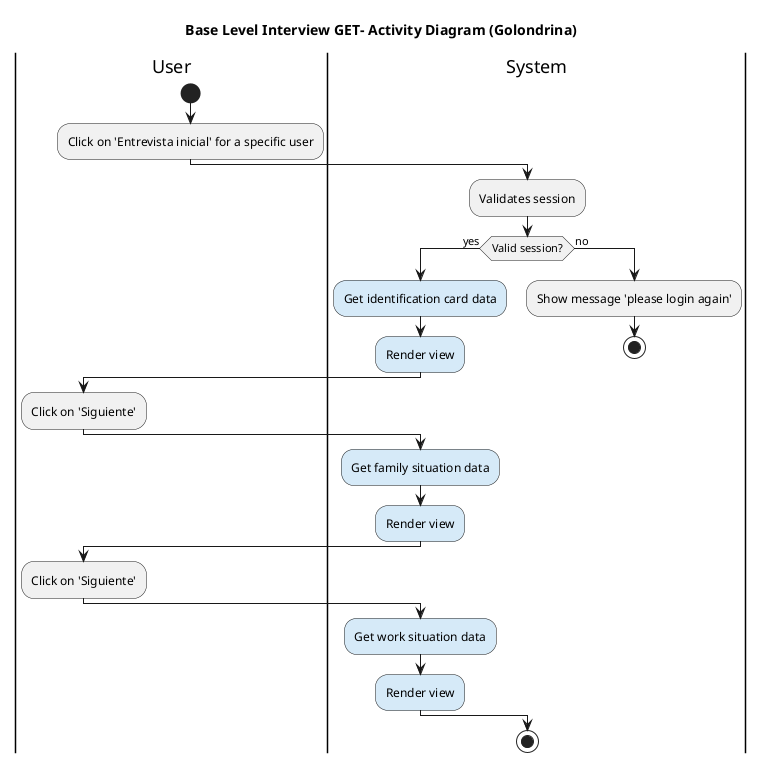
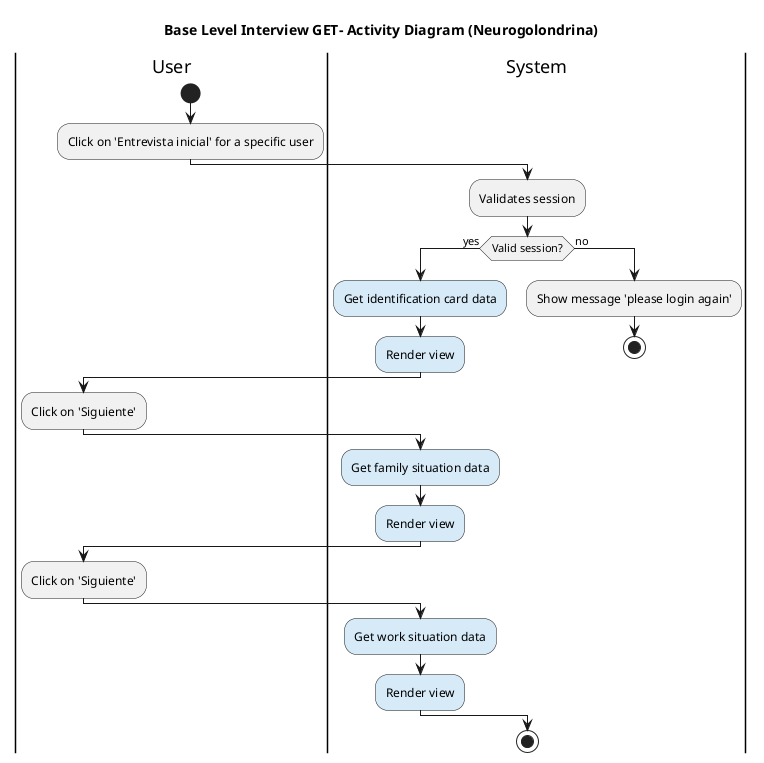
@startuml EI01_GET_Activity
- title Base Level Interview GET- Activity Diagram (Golondrina)
+ title Base Level Interview GET- Activity Diagram (Neurogolondrina)


|User|
start
:Click on 'Entrevista inicial' for a specific user;

|System|
:Validates session;

if (Valid session?) then (yes)
    #D6EAF8:Get identification card data;
    #D6EAF8:Render view;
    |User|
    :Click on 'Siguiente';
    |System|
    #D6EAF8:Get family situation data;
    #D6EAF8:Render view;
    |User|
    :Click on 'Siguiente';
    |System|
    #D6EAF8:Get work situation data;
    #D6EAF8:Render view;

else (no)
    |System|
    :Show message 'please login again';
    stop

endif
stop

@enduml